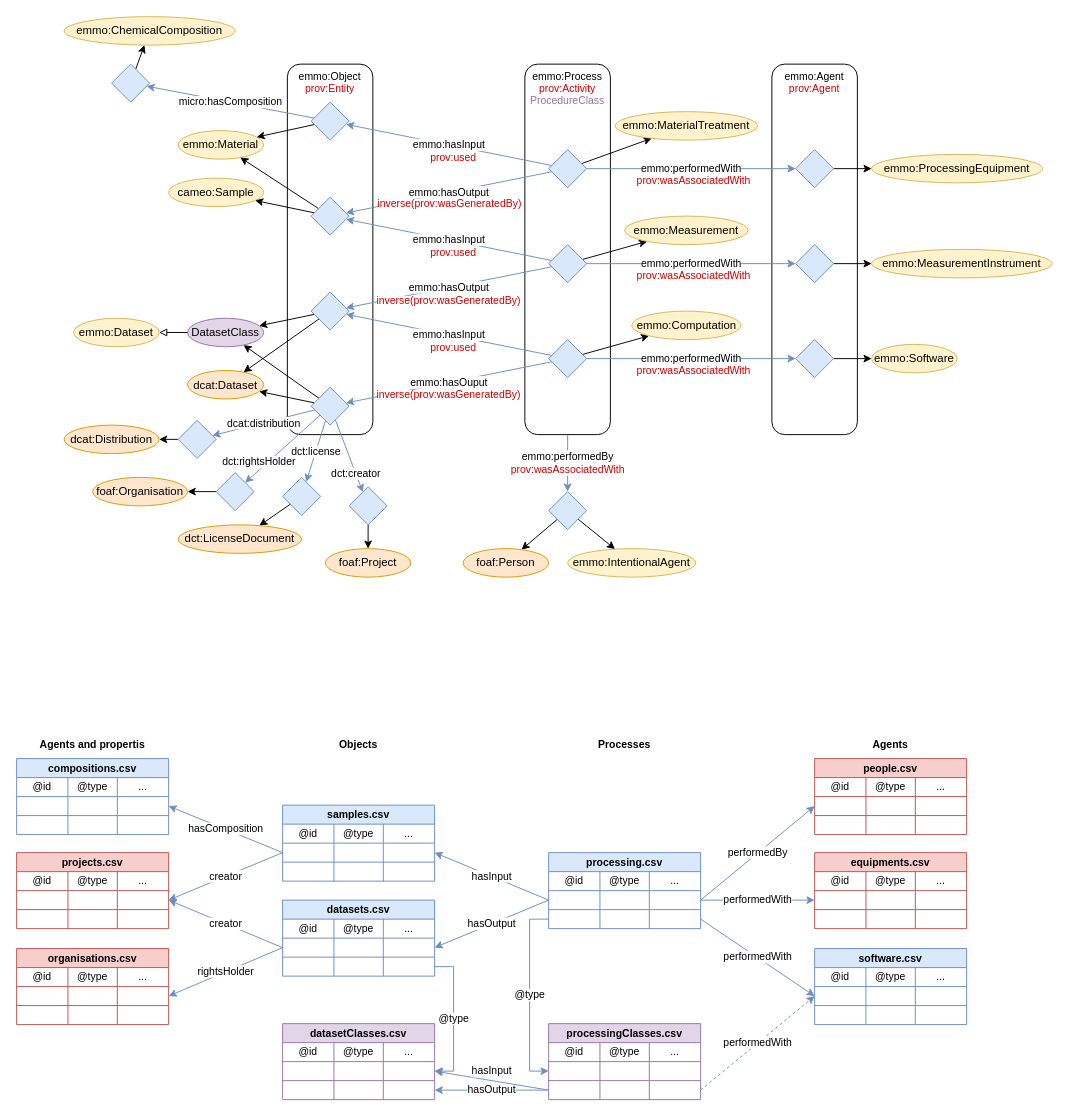
Before: tables/figs/linked-data.drawio in SINTEF/physmet-data-documentation-templates, a draw.io diagram. Source tidied: cells renumbered, new cells numbered last; positions are measured from the earlier drawing's top-left corner, leaving out a move shared by most shapes. Both pictures are drawn from the tidied source at 95%, with x=0, y=0 at pixel (16, 16).
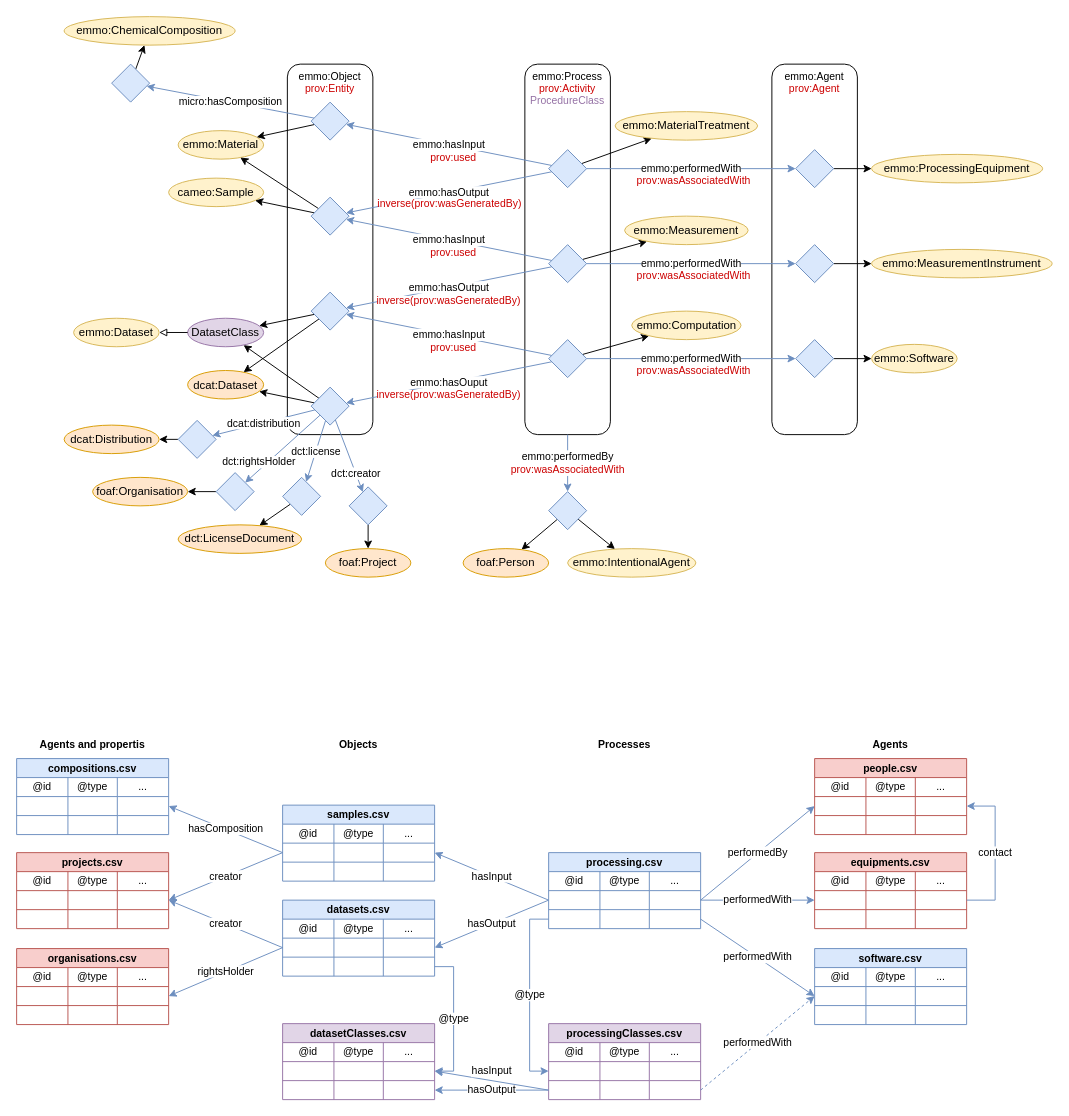
The same page after the edit.

Commit message (it also covers changes not shown here):
Updated table names and added figures

Unchanged cells that the change refers to:
```xml
<mxCell id="144" style="shape=tableRow;horizontal=0;startSize=0;swimlaneHead=0;swimlaneBody=0;top=0;left=0;bottom=0;right=0;fillColor=none;points=[[0,0.5],[1,0.5]];portConstraint=eastwest;fontFamily=Helvetica;fontSize=11;fontColor=#D79B00;" parent="139" vertex="1">
  <mxGeometry y="40" width="160" height="20" as="geometry" />
</mxCell>
<mxCell id="158" style="shape=tableRow;horizontal=0;startSize=0;swimlaneHead=0;swimlaneBody=0;top=0;left=0;bottom=0;right=0;fillColor=none;points=[[0,0.5],[1,0.5]];portConstraint=eastwest;fontFamily=Helvetica;fontSize=11;fontColor=#D79B00;" parent="153" vertex="1">
  <mxGeometry y="40" width="160" height="20" as="geometry" />
</mxCell>
```

Change to the diagram source:
```diff
@@
+    <mxCell id="245" value="&lt;font color=&quot;#000000&quot;&gt;contact&lt;/font&gt;" style="edgeStyle=orthogonalEdgeStyle;shape=connector;rounded=0;jettySize=auto;html=1;labelBackgroundColor=default;strokeColor=#6c8ebf;fontFamily=Helvetica;fontSize=11;fontColor=#9673A6;endArrow=classic;endFill=1;entryX=1;entryY=0.5;entryDx=0;entryDy=0;exitX=1;exitY=0.5;exitDx=0;exitDy=0;fillColor=#dae8fc;" parent="1" edge="1" source="144" target="158">
+      <mxGeometry x="0.01" relative="1" as="geometry">
+        <Array as="points">
+          <mxPoint x="1030" y="930" />
+          <mxPoint x="1030" y="831" />
+        </Array>
+      </mxGeometry>
+    </mxCell>
```
